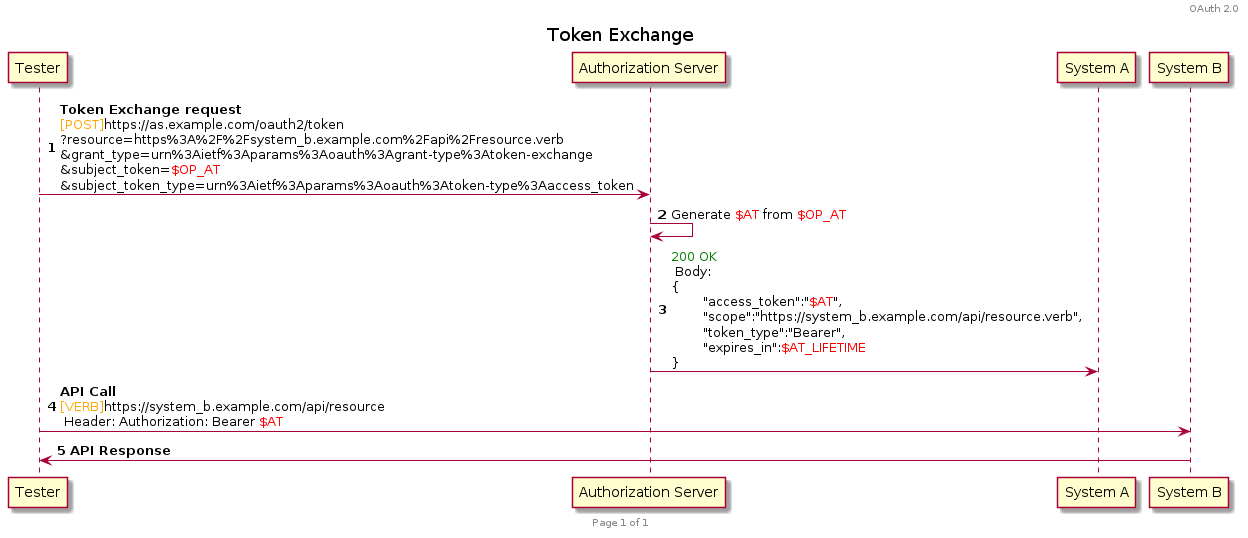
HenriLefevrePro/Articles keeps this PlantUML diagram as plantuml/oauth2/token_exchange_system_impersonation.png. Above is the earlier version.
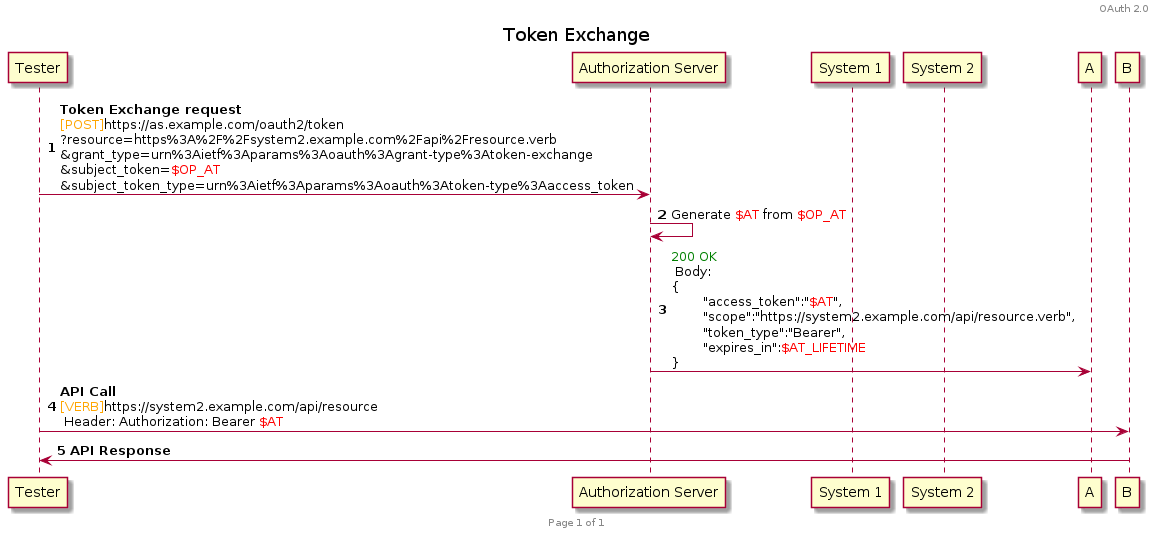
Above is the later version.

Commit message:
[GitHub Actions] Generate PNG images for PlantUML diagrams

What changed in the source:
```diff
@@ -8,13 +8,13 @@
 
 participant T as "Tester"
 participant Auth as "Authorization Server"
-participant A as "System A"
-participant B as "System B"
+participant 1 as "System 1"
+participant 2 as "System 2"
 
-T -> Auth : **Token Exchange request**\n<font color=orange>[POST]</font>https://as.example.com/oauth2/token\n?resource=https%3A%2F%2Fsystem_b.example.com%2Fapi%2Fresource.verb\n&grant_type=urn%3Aietf%3Aparams%3Aoauth%3Agrant-type%3Atoken-exchange\n&subject_token=<font color=red>$OP_AT</font>\n&subject_token_type=urn%3Aietf%3Aparams%3Aoauth%3Atoken-type%3Aaccess_token
+T -> Auth : **Token Exchange request**\n<font color=orange>[POST]</font>https://as.example.com/oauth2/token\n?resource=https%3A%2F%2Fsystem2.example.com%2Fapi%2Fresource.verb\n&grant_type=urn%3Aietf%3Aparams%3Aoauth%3Agrant-type%3Atoken-exchange\n&subject_token=<font color=red>$OP_AT</font>\n&subject_token_type=urn%3Aietf%3Aparams%3Aoauth%3Atoken-type%3Aaccess_token
 Auth -> Auth : Generate <font color=red>$AT</font> from <font color=red>$OP_AT</font>
-Auth -> A : <font color=green>200 OK</font> \n Body: \n{\n\t"access_token":"<font color=red>$AT</font>",\n\t"scope":"https://system_b.example.com/api/resource.verb",\n\t"token_type":"Bearer",\n\t"expires_in":<font color=red>$AT_LIFETIME</font>\n}
+Auth -> A : <font color=green>200 OK</font> \n Body: \n{\n\t"access_token":"<font color=red>$AT</font>",\n\t"scope":"https://system2.example.com/api/resource.verb",\n\t"token_type":"Bearer",\n\t"expires_in":<font color=red>$AT_LIFETIME</font>\n}
 
-T -> B : **API Call** \n<font color=orange>[VERB]</font>https://system_b.example.com/api/resource\n Header: Authorization: Bearer <font color=red>$AT</font>
+T -> B : **API Call** \n<font color=orange>[VERB]</font>https://system2.example.com/api/resource\n Header: Authorization: Bearer <font color=red>$AT</font>
 B -> T : **API Response**
 @enduml
```
